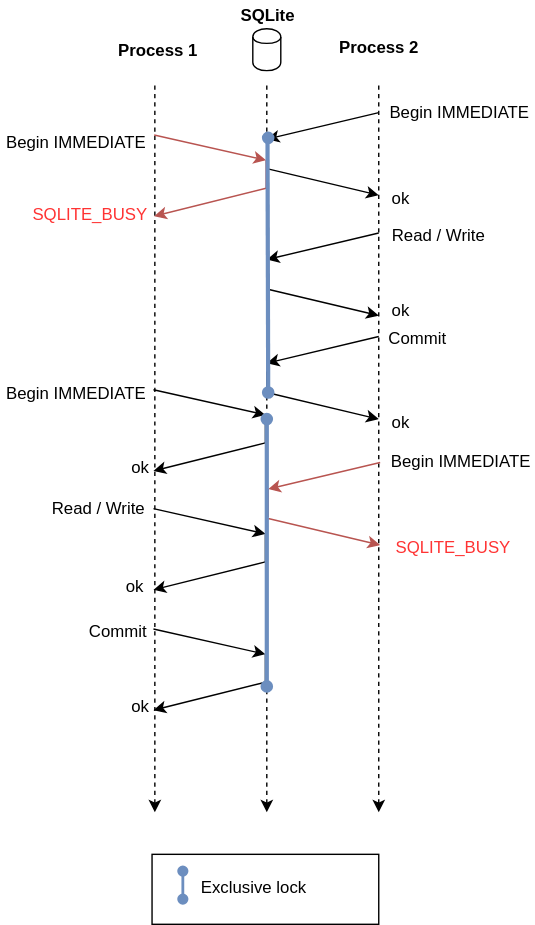
Earlier version of the draw.io export public/images/serial_execution.svg (activesphere/activesphere.github.io). Source tidied: cells renumbered, new cells last; positions are measured from the earlier drawing's top-left corner, leaving out a move shared by most shapes. The source it was exported from:
```xml
<mxGraphModel>
  <root>
    <mxCell id="0" />
    <mxCell id="1" parent="0" />
    <mxCell id="2" style="endArrow=none;dashed=1;html=1;startArrow=classic;startFill=1;" parent="1" edge="1">
      <mxGeometry relative="1" as="geometry">
        <mxPoint x="110" y="580" as="sourcePoint" />
        <mxPoint x="110" y="60" as="targetPoint" />
      </mxGeometry>
    </mxCell>
    <mxCell id="3" style="endArrow=none;dashed=1;html=1;startArrow=classic;startFill=1;" parent="1" edge="1">
      <mxGeometry relative="1" as="geometry">
        <mxPoint x="190" y="580" as="sourcePoint" />
        <mxPoint x="190" y="60" as="targetPoint" />
      </mxGeometry>
    </mxCell>
    <mxCell id="4" style="endArrow=none;dashed=1;html=1;startArrow=classic;startFill=1;" parent="1" edge="1">
      <mxGeometry relative="1" as="geometry">
        <mxPoint x="270" y="580" as="sourcePoint" />
        <mxPoint x="270" y="60" as="targetPoint" />
      </mxGeometry>
    </mxCell>
    <mxCell id="5" style="endArrow=classic;html=1;fillColor=#f8cecc;strokeColor=#b85450;gradientColor=#ea6b66;" parent="1" edge="1">
      <mxGeometry relative="1" as="geometry">
        <mxPoint x="109.5" y="96" as="sourcePoint" />
        <mxPoint x="189.5" y="114" as="targetPoint" />
      </mxGeometry>
    </mxCell>
    <mxCell id="6" style="endArrow=none;html=1;endFill=0;startArrow=classic;startFill=1;fillColor=#f8cecc;strokeColor=#b85450;" parent="1" edge="1">
      <mxGeometry relative="1" as="geometry">
        <mxPoint x="109.5" y="154" as="sourcePoint" />
        <mxPoint x="189.5" y="134" as="targetPoint" />
      </mxGeometry>
    </mxCell>
    <mxCell id="7" style="shape=cylinder;whiteSpace=wrap;html=1;boundedLbl=1;backgroundOutline=1;" parent="1" vertex="1">
      <mxGeometry x="180" y="20" width="20" height="30" as="geometry" />
    </mxCell>
    <mxCell id="8" value="Process 1&lt;br&gt;" style="text;html=1;strokeColor=none;fillColor=none;align=center;verticalAlign=middle;whiteSpace=wrap;rounded=0;fontStyle=1;" parent="1" vertex="1">
      <mxGeometry x="83" y="26" width="59" height="17" as="geometry" />
    </mxCell>
    <mxCell id="9" value="Process 2&lt;br&gt;" style="text;html=1;strokeColor=none;fillColor=none;align=center;verticalAlign=middle;whiteSpace=wrap;rounded=0;fontStyle=1;" parent="1" vertex="1">
      <mxGeometry x="241" y="26" width="59" height="14" as="geometry" />
    </mxCell>
    <mxCell id="10" value="SQLite&lt;br&gt;" style="text;html=1;strokeColor=none;fillColor=none;align=center;verticalAlign=middle;whiteSpace=wrap;rounded=0;fontStyle=1;" parent="1" vertex="1">
      <mxGeometry x="170" width="40" height="20" as="geometry" />
    </mxCell>
    <mxCell id="11" style="endArrow=none;html=1;fillColor=#f8cecc;strokeColor=#b85450;" parent="1" edge="1">
      <mxGeometry relative="1" as="geometry">
        <mxPoint x="189.5" y="134" as="sourcePoint" />
        <mxPoint x="189.5" y="114" as="targetPoint" />
      </mxGeometry>
    </mxCell>
    <mxCell id="12" style="endArrow=classic;html=1;" parent="1" edge="1">
      <mxGeometry relative="1" as="geometry">
        <mxPoint x="109" y="278" as="sourcePoint" />
        <mxPoint x="189" y="296" as="targetPoint" />
      </mxGeometry>
    </mxCell>
    <mxCell id="13" style="endArrow=none;html=1;endFill=0;startArrow=classic;startFill=1;" parent="1" edge="1">
      <mxGeometry relative="1" as="geometry">
        <mxPoint x="109" y="336" as="sourcePoint" />
        <mxPoint x="189" y="316" as="targetPoint" />
      </mxGeometry>
    </mxCell>
    <mxCell id="14" style="endArrow=none;html=1;" parent="1" edge="1">
      <mxGeometry relative="1" as="geometry">
        <mxPoint x="189" y="316" as="sourcePoint" />
        <mxPoint x="189" y="296" as="targetPoint" />
      </mxGeometry>
    </mxCell>
    <mxCell id="15" style="endArrow=none;html=1;startArrow=classic;startFill=1;endFill=0;" parent="1" edge="1">
      <mxGeometry relative="1" as="geometry">
        <mxPoint x="190" y="99" as="sourcePoint" />
        <mxPoint x="270" y="80" as="targetPoint" />
      </mxGeometry>
    </mxCell>
    <mxCell id="16" style="endArrow=none;html=1;" parent="1" edge="1">
      <mxGeometry relative="1" as="geometry">
        <mxPoint x="190" y="119" as="sourcePoint" />
        <mxPoint x="190" y="99" as="targetPoint" />
      </mxGeometry>
    </mxCell>
    <mxCell id="17" style="endArrow=classic;html=1;endFill=1;startArrow=none;startFill=0;" parent="1" edge="1">
      <mxGeometry relative="1" as="geometry">
        <mxPoint x="190" y="120" as="sourcePoint" />
        <mxPoint x="270" y="139" as="targetPoint" />
      </mxGeometry>
    </mxCell>
    <mxCell id="18" style="endArrow=none;html=1;startArrow=classic;startFill=1;endFill=0;" parent="1" edge="1">
      <mxGeometry relative="1" as="geometry">
        <mxPoint x="190" y="259" as="sourcePoint" />
        <mxPoint x="270" y="240" as="targetPoint" />
      </mxGeometry>
    </mxCell>
    <mxCell id="19" style="endArrow=none;html=1;" parent="1" edge="1">
      <mxGeometry relative="1" as="geometry">
        <mxPoint x="190" y="279" as="sourcePoint" />
        <mxPoint x="190" y="259" as="targetPoint" />
      </mxGeometry>
    </mxCell>
    <mxCell id="20" style="endArrow=classic;html=1;endFill=1;startArrow=none;startFill=0;" parent="1" edge="1">
      <mxGeometry relative="1" as="geometry">
        <mxPoint x="190" y="280" as="sourcePoint" />
        <mxPoint x="270" y="299" as="targetPoint" />
      </mxGeometry>
    </mxCell>
    <mxCell id="21" value="Begin IMMEDIATE&lt;br&gt;" style="text;html=1;strokeColor=none;fillColor=none;align=center;verticalAlign=middle;whiteSpace=wrap;rounded=0;" parent="1" vertex="1">
      <mxGeometry x="276" y="68" width="104" height="22" as="geometry" />
    </mxCell>
    <mxCell id="22" value="ok&lt;br&gt;" style="text;html=1;strokeColor=none;fillColor=none;align=center;verticalAlign=middle;whiteSpace=wrap;rounded=0;" parent="1" vertex="1">
      <mxGeometry x="276" y="130" width="18" height="22" as="geometry" />
    </mxCell>
    <mxCell id="23" value="SQLITE_BUSY&lt;br&gt;" style="text;html=1;strokeColor=none;fillColor=none;align=center;verticalAlign=middle;whiteSpace=wrap;rounded=0;fontColor=#FF3333;" parent="1" vertex="1">
      <mxGeometry x="18" y="141" width="90" height="22" as="geometry" />
    </mxCell>
    <mxCell id="24" style="endArrow=none;html=1;startArrow=classic;startFill=1;endFill=0;" parent="1" edge="1">
      <mxGeometry relative="1" as="geometry">
        <mxPoint x="190" y="185" as="sourcePoint" />
        <mxPoint x="270" y="166" as="targetPoint" />
      </mxGeometry>
    </mxCell>
    <mxCell id="25" style="endArrow=none;html=1;" parent="1" edge="1">
      <mxGeometry relative="1" as="geometry">
        <mxPoint x="190" y="205" as="sourcePoint" />
        <mxPoint x="190" y="185" as="targetPoint" />
      </mxGeometry>
    </mxCell>
    <mxCell id="26" style="endArrow=classic;html=1;endFill=1;startArrow=none;startFill=0;" parent="1" edge="1">
      <mxGeometry relative="1" as="geometry">
        <mxPoint x="190" y="206" as="sourcePoint" />
        <mxPoint x="270" y="225" as="targetPoint" />
      </mxGeometry>
    </mxCell>
    <mxCell id="27" value="&lt;div style=&quot;text-align: left&quot;&gt;&lt;span&gt;Read / Write&lt;/span&gt;&lt;/div&gt;" style="text;html=1;strokeColor=none;fillColor=none;align=center;verticalAlign=middle;whiteSpace=wrap;rounded=0;" parent="1" vertex="1">
      <mxGeometry x="275" y="157" width="74" height="19" as="geometry" />
    </mxCell>
    <mxCell id="28" value="Commit&lt;br&gt;" style="text;html=1;strokeColor=none;fillColor=none;align=center;verticalAlign=middle;whiteSpace=wrap;rounded=0;" parent="1" vertex="1">
      <mxGeometry x="276" y="232" width="44" height="18" as="geometry" />
    </mxCell>
    <mxCell id="29" value="ok&lt;br&gt;" style="text;html=1;strokeColor=none;fillColor=none;align=center;verticalAlign=middle;whiteSpace=wrap;rounded=0;" parent="1" vertex="1">
      <mxGeometry x="276" y="210" width="18" height="22" as="geometry" />
    </mxCell>
    <mxCell id="30" value="ok&lt;br&gt;" style="text;html=1;strokeColor=none;fillColor=none;align=center;verticalAlign=middle;whiteSpace=wrap;rounded=0;" parent="1" vertex="1">
      <mxGeometry x="276" y="290" width="18" height="22" as="geometry" />
    </mxCell>
    <mxCell id="31" value="Begin IMMEDIATE&lt;br&gt;" style="text;html=1;strokeColor=none;fillColor=none;align=center;verticalAlign=middle;whiteSpace=wrap;rounded=0;" parent="1" vertex="1">
      <mxGeometry y="269" width="108" height="21" as="geometry" />
    </mxCell>
    <mxCell id="32" value="Begin IMMEDIATE&lt;br&gt;" style="text;html=1;strokeColor=none;fillColor=none;align=center;verticalAlign=middle;whiteSpace=wrap;rounded=0;" parent="1" vertex="1">
      <mxGeometry y="90" width="108" height="21" as="geometry" />
    </mxCell>
    <mxCell id="33" value="ok&lt;br&gt;" style="text;html=1;strokeColor=none;fillColor=none;align=center;verticalAlign=middle;whiteSpace=wrap;rounded=0;" parent="1" vertex="1">
      <mxGeometry x="90" y="322" width="18" height="22" as="geometry" />
    </mxCell>
    <mxCell id="34" style="endArrow=classic;html=1;" parent="1" edge="1">
      <mxGeometry relative="1" as="geometry">
        <mxPoint x="109" y="363" as="sourcePoint" />
        <mxPoint x="189" y="381" as="targetPoint" />
      </mxGeometry>
    </mxCell>
    <mxCell id="35" style="endArrow=none;html=1;endFill=0;startArrow=classic;startFill=1;" parent="1" edge="1">
      <mxGeometry relative="1" as="geometry">
        <mxPoint x="109" y="421" as="sourcePoint" />
        <mxPoint x="189" y="401" as="targetPoint" />
      </mxGeometry>
    </mxCell>
    <mxCell id="36" style="endArrow=none;html=1;" parent="1" edge="1">
      <mxGeometry relative="1" as="geometry">
        <mxPoint x="189" y="401" as="sourcePoint" />
        <mxPoint x="189" y="381" as="targetPoint" />
      </mxGeometry>
    </mxCell>
    <mxCell id="37" value="Read / Write&lt;br&gt;" style="text;html=1;strokeColor=none;fillColor=none;align=center;verticalAlign=middle;whiteSpace=wrap;rounded=0;" parent="1" vertex="1">
      <mxGeometry x="30" y="354" width="78" height="16" as="geometry" />
    </mxCell>
    <mxCell id="38" value="ok&lt;br&gt;" style="text;html=1;strokeColor=none;fillColor=none;align=center;verticalAlign=middle;whiteSpace=wrap;rounded=0;" parent="1" vertex="1">
      <mxGeometry x="86" y="407" width="18" height="22" as="geometry" />
    </mxCell>
    <mxCell id="39" style="endArrow=classic;html=1;" parent="1" edge="1">
      <mxGeometry relative="1" as="geometry">
        <mxPoint x="109" y="449" as="sourcePoint" />
        <mxPoint x="189" y="467" as="targetPoint" />
      </mxGeometry>
    </mxCell>
    <mxCell id="40" style="endArrow=none;html=1;endFill=0;startArrow=classic;startFill=1;" parent="1" edge="1">
      <mxGeometry relative="1" as="geometry">
        <mxPoint x="109" y="507" as="sourcePoint" />
        <mxPoint x="189" y="487" as="targetPoint" />
      </mxGeometry>
    </mxCell>
    <mxCell id="41" style="endArrow=none;html=1;" parent="1" edge="1">
      <mxGeometry relative="1" as="geometry">
        <mxPoint x="189" y="487" as="sourcePoint" />
        <mxPoint x="189" y="467" as="targetPoint" />
      </mxGeometry>
    </mxCell>
    <mxCell id="42" value="Commit&lt;br&gt;" style="text;html=1;strokeColor=none;fillColor=none;align=center;verticalAlign=middle;whiteSpace=wrap;rounded=0;" parent="1" vertex="1">
      <mxGeometry x="60" y="440" width="48" height="20" as="geometry" />
    </mxCell>
    <mxCell id="43" value="ok&lt;br&gt;" style="text;html=1;strokeColor=none;fillColor=none;align=center;verticalAlign=middle;whiteSpace=wrap;rounded=0;" parent="1" vertex="1">
      <mxGeometry x="90" y="493" width="18" height="22" as="geometry" />
    </mxCell>
    <mxCell id="44" style="endArrow=none;html=1;startArrow=classic;startFill=1;endFill=0;fillColor=#f8cecc;strokeColor=#b85450;gradientColor=#ea6b66;" parent="1" edge="1">
      <mxGeometry relative="1" as="geometry">
        <mxPoint x="191" y="349" as="sourcePoint" />
        <mxPoint x="271" y="330" as="targetPoint" />
      </mxGeometry>
    </mxCell>
    <mxCell id="45" style="endArrow=none;html=1;fillColor=#f8cecc;strokeColor=#b85450;gradientColor=#ea6b66;" parent="1" edge="1">
      <mxGeometry relative="1" as="geometry">
        <mxPoint x="191" y="369" as="sourcePoint" />
        <mxPoint x="191" y="349" as="targetPoint" />
      </mxGeometry>
    </mxCell>
    <mxCell id="46" style="endArrow=classic;html=1;endFill=1;startArrow=none;startFill=0;fillColor=#f8cecc;strokeColor=#b85450;gradientColor=#ea6b66;" parent="1" edge="1">
      <mxGeometry relative="1" as="geometry">
        <mxPoint x="191" y="370" as="sourcePoint" />
        <mxPoint x="271" y="389" as="targetPoint" />
      </mxGeometry>
    </mxCell>
    <mxCell id="47" value="Begin IMMEDIATE&lt;br&gt;" style="text;html=1;strokeColor=none;fillColor=none;align=center;verticalAlign=middle;whiteSpace=wrap;rounded=0;" parent="1" vertex="1">
      <mxGeometry x="277" y="318" width="104" height="22" as="geometry" />
    </mxCell>
    <mxCell id="48" value="SQLITE_BUSY&lt;br&gt;" style="text;html=1;strokeColor=none;fillColor=none;align=center;verticalAlign=middle;whiteSpace=wrap;rounded=0;fontColor=#FF3333;" parent="1" vertex="1">
      <mxGeometry x="277" y="380" width="93" height="20" as="geometry" />
    </mxCell>
    <mxCell id="49" style="endArrow=oval;html=1;strokeColor=#6c8ebf;fillColor=#dae8fc;gradientColor=#7ea6e0;strokeWidth=3;startArrow=oval;startFill=1;endFill=1;" parent="1" edge="1">
      <mxGeometry relative="1" as="geometry">
        <mxPoint x="191" y="280" as="sourcePoint" />
        <mxPoint x="190.5" y="98" as="targetPoint" />
      </mxGeometry>
    </mxCell>
    <mxCell id="50" style="endArrow=oval;html=1;strokeColor=#6c8ebf;fillColor=#dae8fc;gradientColor=#7ea6e0;strokeWidth=3;startArrow=oval;startFill=1;endFill=1;" parent="1" edge="1">
      <mxGeometry relative="1" as="geometry">
        <mxPoint x="190" y="490" as="sourcePoint" />
        <mxPoint x="190" y="299" as="targetPoint" />
      </mxGeometry>
    </mxCell>
    <mxCell id="51" style="rounded=0;whiteSpace=wrap;html=1;" parent="1" vertex="1">
      <mxGeometry x="108" y="610" width="162" height="50" as="geometry" />
    </mxCell>
    <mxCell id="52" style="endArrow=oval;html=1;strokeColor=#6c8ebf;fillColor=#dae8fc;gradientColor=#7ea6e0;strokeWidth=2;startArrow=oval;startFill=1;endFill=1;" parent="1" edge="1">
      <mxGeometry relative="1" as="geometry">
        <mxPoint x="130" y="642" as="sourcePoint" />
        <mxPoint x="130" y="622" as="targetPoint" />
      </mxGeometry>
    </mxCell>
    <mxCell id="53" value="Exclusive lock" style="text;html=1;strokeColor=none;fillColor=none;align=center;verticalAlign=middle;whiteSpace=wrap;rounded=0;" parent="1" vertex="1">
      <mxGeometry x="142" y="623" width="78" height="20" as="geometry" />
    </mxCell>
  </root>
</mxGraphModel>
```
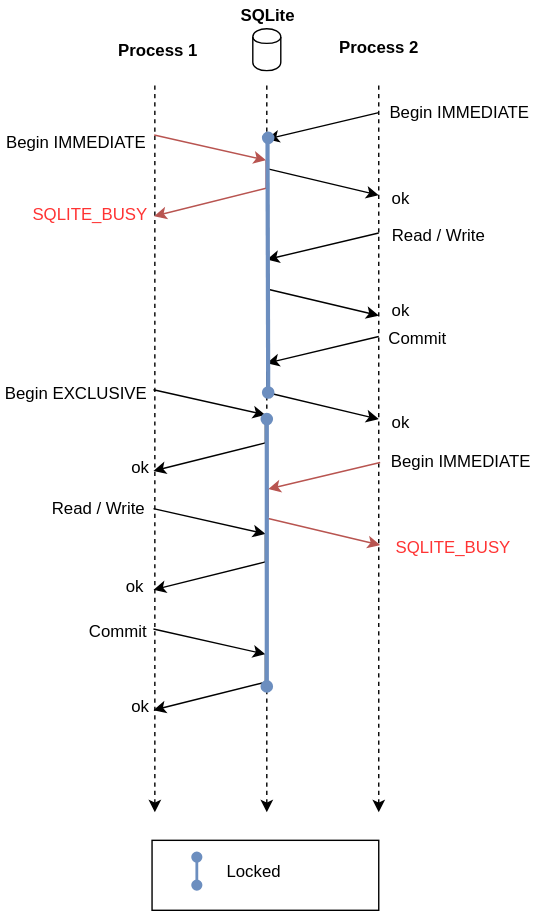
The same diagram one commit later.

Commit message:
more sqlite post fixes

The edit, as a diff of the source:
```diff
@@ -143,7 +143,7 @@
     <mxCell id="30" value="ok&lt;br&gt;" style="text;html=1;strokeColor=none;fillColor=none;align=center;verticalAlign=middle;whiteSpace=wrap;rounded=0;" parent="1" vertex="1">
       <mxGeometry x="276" y="290" width="18" height="22" as="geometry" />
     </mxCell>
-    <mxCell id="31" value="Begin IMMEDIATE&lt;br&gt;" style="text;html=1;strokeColor=none;fillColor=none;align=center;verticalAlign=middle;whiteSpace=wrap;rounded=0;" parent="1" vertex="1">
+    <mxCell id="31" value="Begin EXCLUSIVE&lt;br&gt;" style="text;html=1;strokeColor=none;fillColor=none;align=center;verticalAlign=middle;whiteSpace=wrap;rounded=0;" parent="1" vertex="1">
       <mxGeometry y="269" width="108" height="21" as="geometry" />
     </mxCell>
     <mxCell id="32" value="Begin IMMEDIATE&lt;br&gt;" style="text;html=1;strokeColor=none;fillColor=none;align=center;verticalAlign=middle;whiteSpace=wrap;rounded=0;" parent="1" vertex="1">
@@ -237,16 +237,16 @@
       </mxGeometry>
     </mxCell>
     <mxCell id="51" style="rounded=0;whiteSpace=wrap;html=1;" parent="1" vertex="1">
-      <mxGeometry x="108" y="610" width="162" height="50" as="geometry" />
+      <mxGeometry x="108" y="600" width="162" height="50" as="geometry" />
     </mxCell>
     <mxCell id="52" style="endArrow=oval;html=1;strokeColor=#6c8ebf;fillColor=#dae8fc;gradientColor=#7ea6e0;strokeWidth=2;startArrow=oval;startFill=1;endFill=1;" parent="1" edge="1">
       <mxGeometry relative="1" as="geometry">
-        <mxPoint x="130" y="642" as="sourcePoint" />
-        <mxPoint x="130" y="622" as="targetPoint" />
+        <mxPoint x="140" y="632" as="sourcePoint" />
+        <mxPoint x="140" y="612" as="targetPoint" />
       </mxGeometry>
     </mxCell>
-    <mxCell id="53" value="Exclusive lock" style="text;html=1;strokeColor=none;fillColor=none;align=center;verticalAlign=middle;whiteSpace=wrap;rounded=0;" parent="1" vertex="1">
-      <mxGeometry x="142" y="623" width="78" height="20" as="geometry" />
+    <mxCell id="53" value="Locked" style="text;html=1;strokeColor=none;fillColor=none;align=center;verticalAlign=middle;whiteSpace=wrap;rounded=0;" parent="1" vertex="1">
+      <mxGeometry x="150" y="613" width="60" height="17" as="geometry" />
     </mxCell>
   </root>
 </mxGraphModel>
```
